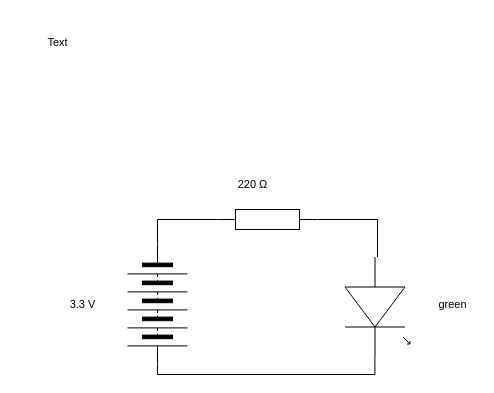
The draw.io diagram single_led.drawio in mercy-brice-kamilindi/TEJ2O-Unit-5-03, before the edit. Source tidied: cells renumbered, new cells numbered last; positions are measured from the earlier drawing's top-left corner, leaving out a move shared by most shapes. Both pictures are drawn from the tidied source at 100%, with x=0, y=0 at pixel (37, 27).
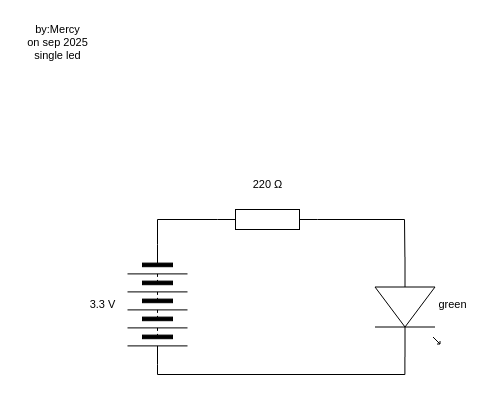
After the change.

The edit, as a diff of the source:
```diff
@@
 <mxGraphModel>
   <root>
     <mxCell id="0" />
     <mxCell id="1" parent="0" />
-    <mxCell id="2" style="edgeStyle=orthogonalEdgeStyle;shape=connector;rounded=0;html=1;strokeColor=default;align=center;verticalAlign=middle;fontFamily=Helvetica;fontSize=11;fontColor=default;labelBackgroundColor=default;endArrow=none;endFill=0;" parent="1" edge="1" source="4" target="6">
-      <mxGeometry relative="1" as="geometry" />
-    </mxCell>
     <mxCell id="3" style="edgeStyle=orthogonalEdgeStyle;shape=connector;rounded=0;html=1;exitX=0;exitY=0.5;exitDx=0;exitDy=0;exitPerimeter=0;entryX=0;entryY=0.5;entryDx=0;entryDy=0;strokeColor=default;align=center;verticalAlign=middle;fontFamily=Helvetica;fontSize=11;fontColor=default;labelBackgroundColor=default;endArrow=none;endFill=0;" parent="1" edge="1" source="4" target="5">
       <mxGeometry relative="1" as="geometry" />
     </mxCell>
     <mxCell id="4" style="verticalLabelPosition=bottom;shadow=0;dashed=0;align=center;html=1;verticalAlign=top;shape=mxgraph.electrical.resistors.resistor_1;" parent="1" vertex="1">
       <mxGeometry x="180" y="182" width="100" height="20" as="geometry" />
     </mxCell>
     <mxCell id="5" style="verticalLabelPosition=bottom;shadow=0;dashed=0;align=center;html=1;verticalAlign=top;shape=mxgraph.electrical.miscellaneous.batteryStack;rotation=90;" parent="1" vertex="1">
       <mxGeometry x="60" y="247" width="120" height="60" as="geometry" />
     </mxCell>
+    <mxCell id="12" style="edgeStyle=none;html=1;exitX=0;exitY=0.54;exitDx=0;exitDy=0;exitPerimeter=0;endArrow=none;endFill=0;" parent="1" edge="1" source="6">
+      <mxGeometry relative="1" as="geometry">
+        <mxPoint x="367" y="192" as="targetPoint" />
+      </mxGeometry>
+    </mxCell>
     <mxCell id="6" style="verticalLabelPosition=bottom;shadow=0;dashed=0;align=center;html=1;verticalAlign=top;shape=mxgraph.electrical.opto_electronics.led_1;rotation=90;strokeColor=default;" parent="1" vertex="1">
-      <mxGeometry x="290" y="247" width="100" height="65" as="geometry" />
+      <mxGeometry x="320" y="247" width="100" height="65" as="geometry" />
     </mxCell>
     <mxCell id="7" style="edgeStyle=orthogonalEdgeStyle;shape=connector;rounded=0;html=1;exitX=1;exitY=0.5;exitDx=0;exitDy=0;entryX=1;entryY=0.54;entryDx=0;entryDy=0;entryPerimeter=0;strokeColor=default;align=center;verticalAlign=middle;fontFamily=Helvetica;fontSize=11;fontColor=default;labelBackgroundColor=default;endArrow=none;endFill=0;" parent="1" edge="1" source="5" target="6">
       <mxGeometry relative="1" as="geometry" />
     </mxCell>
     <mxCell id="8" value="green" style="text;html=1;align=center;verticalAlign=middle;strokeColor=none;fillColor=none;fontFamily=Helvetica;fontSize=11;fontColor=default;labelBackgroundColor=default;" parent="1" vertex="1">
       <mxGeometry x="390" y="262" width="50" height="30" as="geometry" />
     </mxCell>
     <mxCell id="9" value="220&amp;nbsp;Ω" style="text;html=1;align=center;verticalAlign=middle;strokeColor=none;fillColor=none;fontFamily=Helvetica;fontSize=11;fontColor=default;labelBackgroundColor=default;" parent="1" vertex="1">
-      <mxGeometry x="190" y="142" width="50" height="30" as="geometry" />
+      <mxGeometry x="205" y="142" width="50" height="30" as="geometry" />
     </mxCell>
     <mxCell id="10" value="3.3 V" style="text;html=1;align=center;verticalAlign=middle;strokeColor=none;fillColor=none;fontFamily=Helvetica;fontSize=11;fontColor=default;labelBackgroundColor=default;" parent="1" vertex="1">
-      <mxGeometry x="20" y="262" width="50" height="30" as="geometry" />
+      <mxGeometry x="40" y="262" width="50" height="30" as="geometry" />
     </mxCell>
-    <mxCell id="11" value="Text" style="text;html=1;align=center;verticalAlign=middle;strokeColor=none;fillColor=none;fontFamily=Helvetica;fontSize=11;fontColor=default;labelBackgroundColor=default;" parent="1" vertex="1">
-      <mxGeometry width="40" height="30" as="geometry" />
+    <mxCell id="11" value="by:Mercy&lt;div&gt;on sep 2025&lt;/div&gt;&lt;div&gt;single led&lt;/div&gt;" style="text;html=1;align=center;verticalAlign=middle;strokeColor=none;fillColor=none;fontFamily=Helvetica;fontSize=11;fontColor=default;labelBackgroundColor=default;" parent="1" vertex="1">
+      <mxGeometry x="-20" y="-10" width="80" height="50" as="geometry" />
     </mxCell>
+    <mxCell id="13" style="edgeStyle=none;html=1;entryX=1;entryY=0.5;entryDx=0;entryDy=0;entryPerimeter=0;endArrow=none;endFill=0;" parent="1" edge="1" target="4">
+      <mxGeometry relative="1" as="geometry">
+        <mxPoint x="367" y="192" as="sourcePoint" />
+      </mxGeometry>
+    </mxCell>
   </root>
 </mxGraphModel>
```
